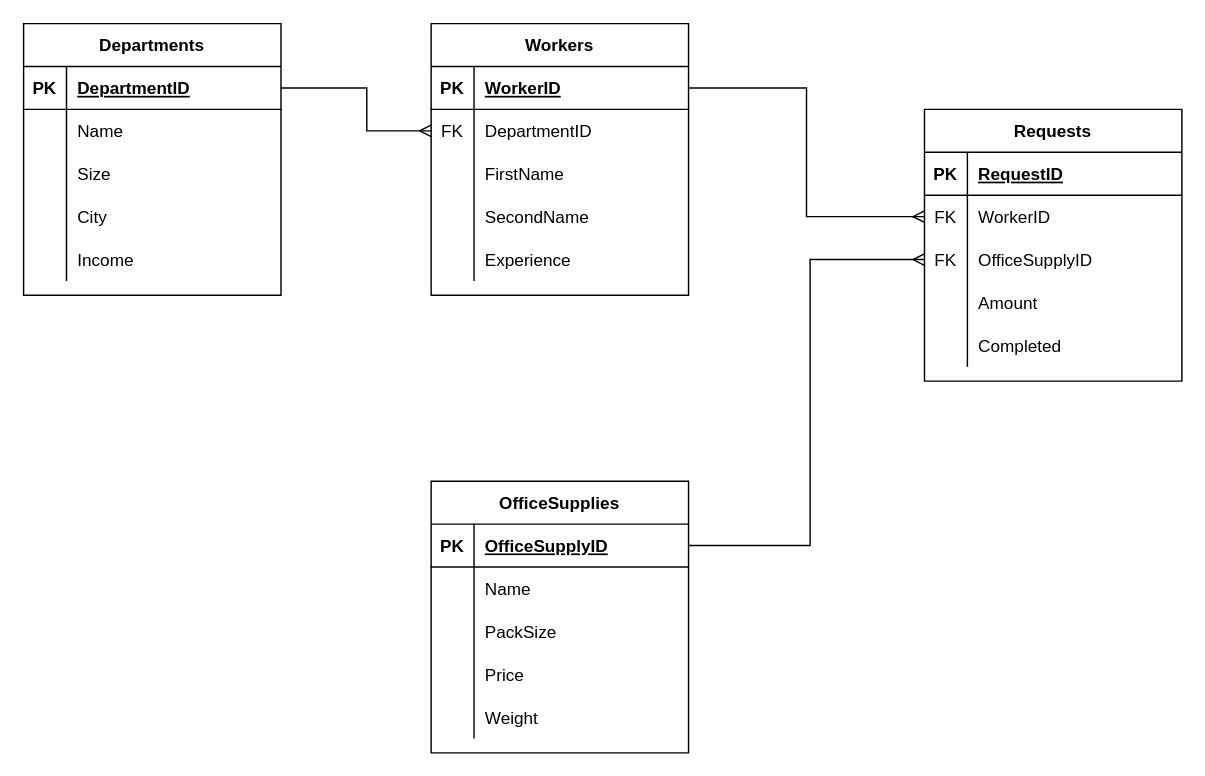
The draw.io diagram page "Страница 1" (1 of 2) of lab1/Model.drawio in alena-zayts/BMSTU_5sem_databases, before the edit. Source tidied: cells renumbered, new cells numbered last; positions are measured from the earlier drawing's top-left corner, leaving out a move shared by most shapes. Both pictures are drawn from the tidied source at 143%, with x=0, y=0 at pixel (23, 23).
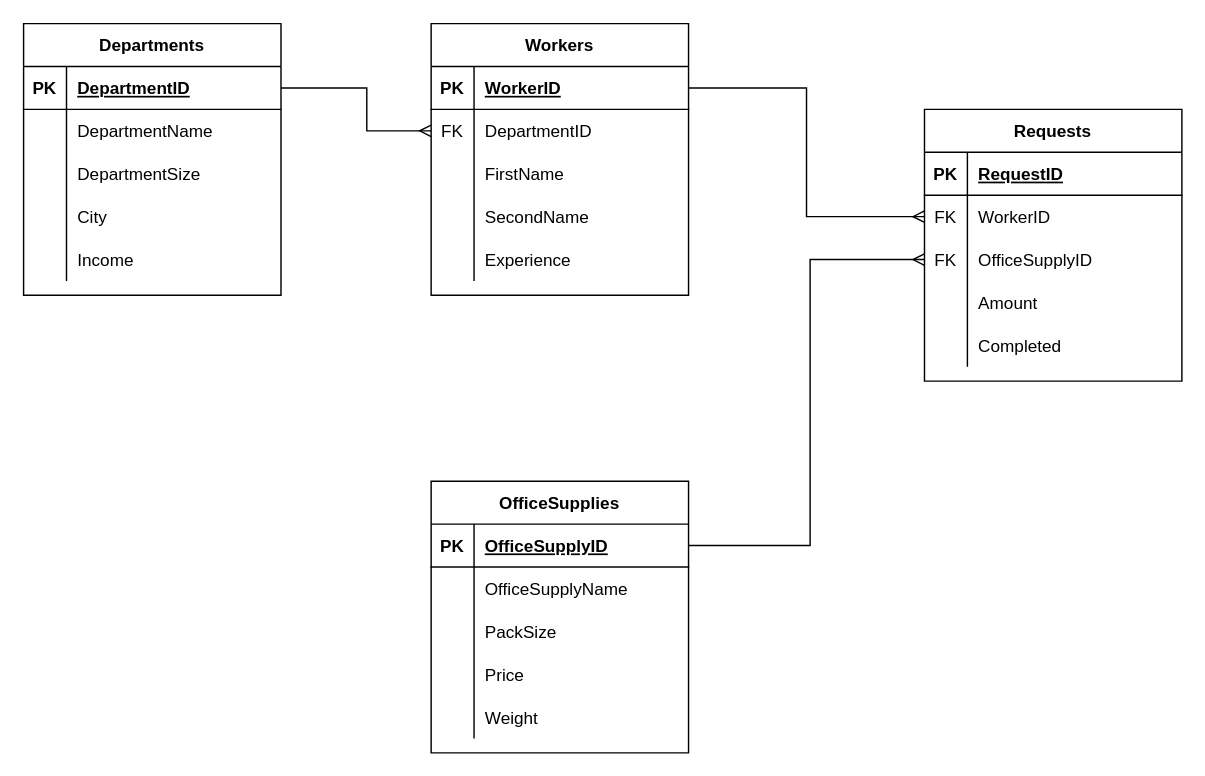
After the change.

The change refers to these unchanged cells:
```xml
<mxCell id="40" style="shape=partialRectangle;fillColor=none;top=0;left=0;bottom=0;right=0;" parent="36" vertex="1">
  <mxGeometry y="60" width="180" height="30" as="geometry" />
</mxCell>
<mxCell id="56" style="shape=partialRectangle;fillColor=none;top=0;left=0;bottom=0;right=0;" parent="52" vertex="1">
  <mxGeometry y="60" width="180" height="30" as="geometry" />
</mxCell>
<mxCell id="59" style="shape=partialRectangle;fillColor=none;top=0;left=0;bottom=0;right=0;" parent="52" vertex="1">
  <mxGeometry y="90" width="180" height="30" as="geometry" />
</mxCell>
```

The edit, as a diff of the source:
```diff
@@
-    <mxCell id="42" value="Name" style="shape=partialRectangle;fillColor=none;top=0;left=0;bottom=0;right=0;align=left;spacingLeft=6;overflow=hidden;" parent="40" vertex="1">
+    <mxCell id="42" value="OfficeSupplyName" style="shape=partialRectangle;fillColor=none;top=0;left=0;bottom=0;right=0;align=left;spacingLeft=6;overflow=hidden;" parent="40" vertex="1">
       <mxGeometry x="30" width="150" height="30" as="geometry" />
     </mxCell>
@@
-    <mxCell id="58" value="Name" style="shape=partialRectangle;fillColor=none;top=0;left=0;bottom=0;right=0;align=left;spacingLeft=6;overflow=hidden;" parent="56" vertex="1">
+    <mxCell id="58" value="DepartmentName" style="shape=partialRectangle;fillColor=none;top=0;left=0;bottom=0;right=0;align=left;spacingLeft=6;overflow=hidden;" parent="56" vertex="1">
       <mxGeometry x="30" width="150" height="30" as="geometry" />
     </mxCell>
@@
-    <mxCell id="61" value="Size" style="shape=partialRectangle;fillColor=none;top=0;left=0;bottom=0;right=0;align=left;spacingLeft=6;overflow=hidden;" parent="59" vertex="1">
+    <mxCell id="61" value="DepartmentSize" style="shape=partialRectangle;fillColor=none;top=0;left=0;bottom=0;right=0;align=left;spacingLeft=6;overflow=hidden;" parent="59" vertex="1">
       <mxGeometry x="30" width="150" height="30" as="geometry" />
     </mxCell>
```
